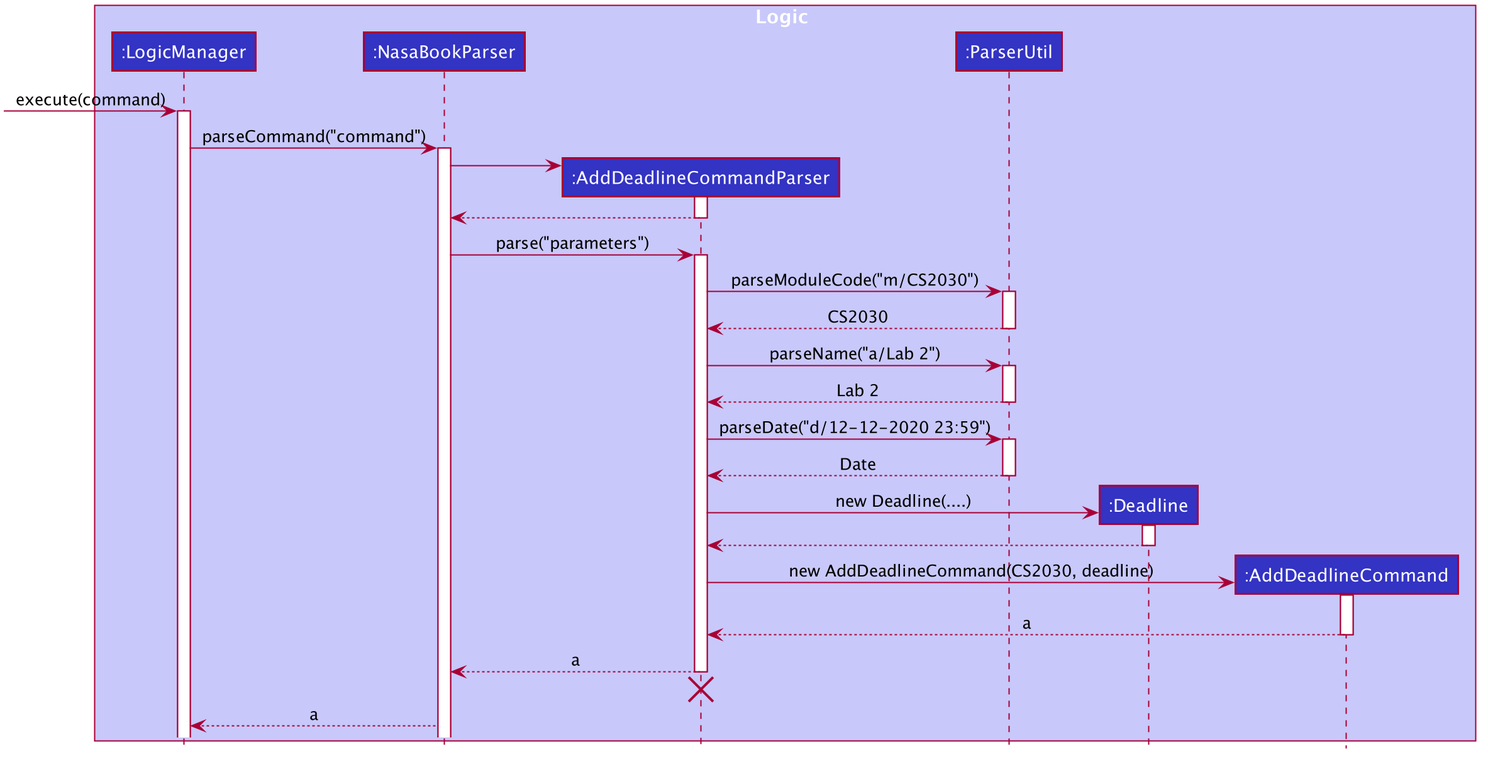
Above: docs/images/AddDeadlineLogicSequenceDiagram.png in nus-cs2103-AY1920S2/addressbook-level3 (PlantUML), before the change.
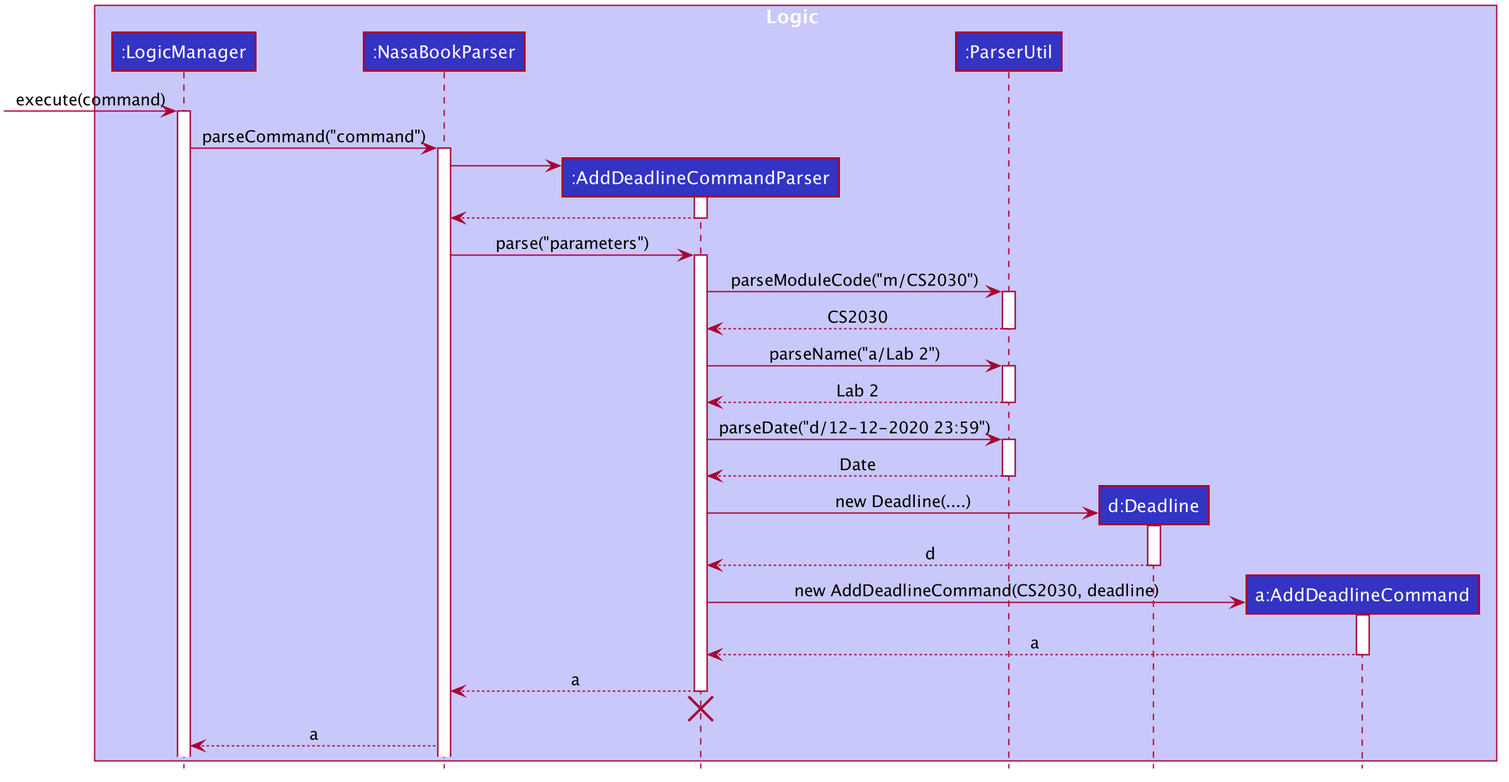
After the commit.

Commit message:
Updated DG and UML diagrams

Diff of the diagram source:
```diff
@@ -53,8 +53,8 @@
 participant ":NasaBookParser" as NasaBookParser #3333C4
 participant ":AddDeadlineCommandParser" as AddDeadlineCommandParser #3333C4
 participant ":ParserUtil" as ParserUtil #3333C4
-participant ":Deadline" as Deadline #3333C4
-participant ":AddDeadlineCommand" as AddDeadlineCommand #3333C4
+participant "d:Deadline" as Deadline #3333C4
+participant "a:AddDeadlineCommand" as AddDeadlineCommand #3333C4
 end box
 
 [-> LogicManager : execute(command)
@@ -95,7 +95,7 @@
 AddDeadlineCommandParser -> Deadline : new Deadline(....)
 
 activate Deadline
-Deadline --> AddDeadlineCommandParser
+Deadline --> AddDeadlineCommandParser : d
 deactivate Deadline
 
 create AddDeadlineCommand
```
